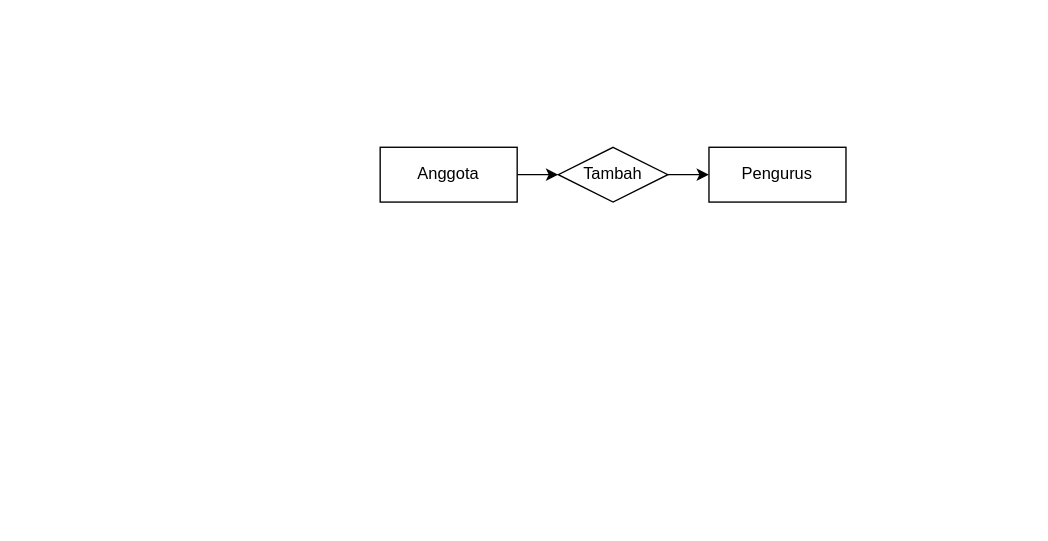
Earlier version of the draw.io diagram Diagram Tanpa Judul.drawio (choirulhafifi/chocreat). Source tidied: cells renumbered, new cells numbered last; positions are measured from the earlier drawing's top-left corner, leaving out a move shared by most shapes. Both pictures are drawn from the tidied source at 137%, with x=0, y=0 at pixel (379, 147).
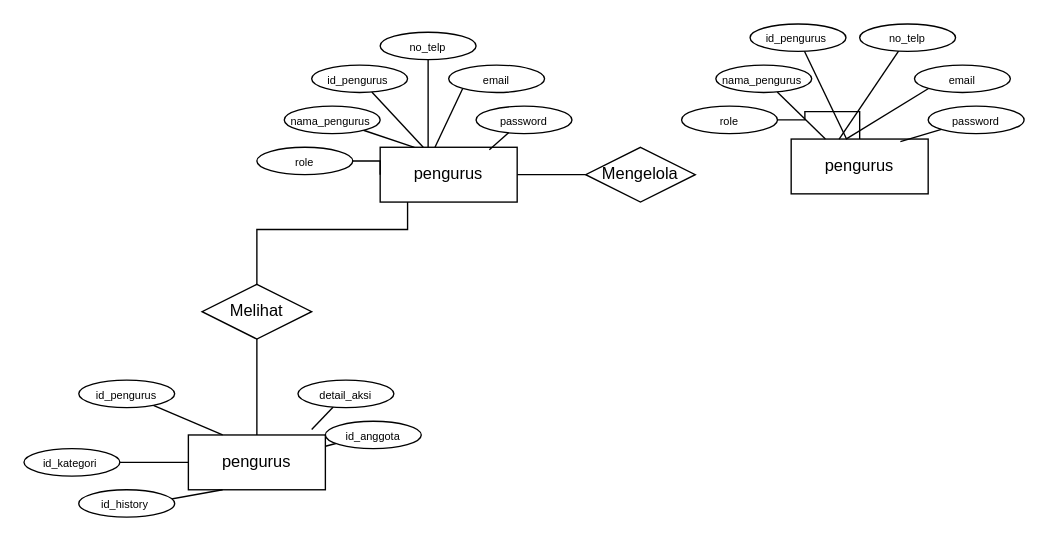
The same diagram, later.

Diff of the diagram source:
```diff
@@
-    <mxCell id="2" style="edgeStyle=orthogonalEdgeStyle;rounded=0;jettySize=auto;html=1;" parent="1" edge="1" source="3" target="6">
+    <mxCell id="2" style="edgeStyle=orthogonalEdgeStyle;rounded=0;jettySize=auto;html=1;strokeWidth=1;endArrow=none;endFill=0;" parent="1" edge="1" source="3" target="6">
       <mxGeometry relative="1" as="geometry" />
     </mxCell>
+    <mxCell id="7" style="edgeStyle=orthogonalEdgeStyle;rounded=0;jettySize=auto;html=1;entryX=0.5;entryY=0;entryDx=0;entryDy=0;endArrow=none;endFill=0;" parent="1" edge="1" source="3" target="34">
+      <mxGeometry relative="1" as="geometry">
+        <Array as="points">
+          <mxPoint x="20" y="60" />
+          <mxPoint x="-90" y="60" />
+        </Array>
+      </mxGeometry>
+    </mxCell>
-    <mxCell id="3" value="Anggota" style="whiteSpace=wrap;html=1;align=center;" parent="1" vertex="1">
+    <mxCell id="3" value="pengurus" style="whiteSpace=wrap;html=1;align=center;" parent="1" vertex="1">
       <mxGeometry width="100" height="40" as="geometry" />
     </mxCell>
-    <mxCell id="4" value="Pengurus" style="whiteSpace=wrap;html=1;align=center;" parent="1" vertex="1">
-      <mxGeometry x="240" width="100" height="40" as="geometry" />
-    </mxCell>
-    <mxCell id="5" style="edgeStyle=orthogonalEdgeStyle;rounded=0;jettySize=auto;html=1;" parent="1" edge="1" source="6" target="4">
-      <mxGeometry relative="1" as="geometry" />
-    </mxCell>
-    <mxCell id="6" value="Tambah" style="shape=rhombus;perimeter=rhombusPerimeter;whiteSpace=wrap;html=1;align=center;" parent="1" vertex="1">
-      <mxGeometry x="130" width="80" height="40" as="geometry" />
+    <mxCell id="6" value="Mengelola" style="shape=rhombus;perimeter=rhombusPerimeter;whiteSpace=wrap;html=1;align=center;" parent="1" vertex="1">
+      <mxGeometry x="150" width="80" height="40" as="geometry" />
     </mxCell>
+    <mxCell id="8" style="rounded=0;jettySize=auto;html=1;endArrow=none;endFill=0;" parent="1" edge="1" source="9" target="3">
+      <mxGeometry relative="1" as="geometry" />
+    </mxCell>
+    <mxCell id="9" value="&lt;font style=&quot;font-size: 8px;&quot;&gt;id_pengurus&amp;nbsp;&lt;/font&gt;" style="ellipse;whiteSpace=wrap;html=1;align=center;" parent="1" vertex="1">
+      <mxGeometry x="-50" y="-60" width="70" height="20" as="geometry" />
+    </mxCell>
+    <mxCell id="10" style="edgeStyle=orthogonalEdgeStyle;rounded=0;jettySize=auto;html=1;endArrow=none;endFill=0;" parent="1" edge="1" source="11">
+      <mxGeometry relative="1" as="geometry">
+        <mxPoint x="35" as="targetPoint" />
+      </mxGeometry>
+    </mxCell>
+    <mxCell id="11" value="&lt;font style=&quot;font-size: 8px;&quot;&gt;no_telp&lt;/font&gt;" style="ellipse;whiteSpace=wrap;html=1;align=center;" parent="1" vertex="1">
+      <mxGeometry y="-84" width="70" height="20" as="geometry" />
+    </mxCell>
+    <mxCell id="12" style="rounded=0;jettySize=auto;html=1;entryX=0.25;entryY=0;entryDx=0;entryDy=0;endArrow=none;endFill=0;" parent="1" edge="1" source="13" target="3">
+      <mxGeometry relative="1" as="geometry" />
+    </mxCell>
+    <mxCell id="13" value="&lt;font style=&quot;font-size: 8px;&quot;&gt;nama_pengurus&amp;nbsp;&lt;/font&gt;" style="ellipse;whiteSpace=wrap;html=1;align=center;" parent="1" vertex="1">
+      <mxGeometry x="-70" y="-30" width="70" height="20" as="geometry" />
+    </mxCell>
+    <mxCell id="14" style="edgeStyle=orthogonalEdgeStyle;rounded=0;orthogonalLoop=1;jettySize=auto;html=1;exitX=0.5;exitY=1;exitDx=0;exitDy=0;" parent="1" edge="1" source="11" target="11">
+      <mxGeometry relative="1" as="geometry" />
+    </mxCell>
+    <mxCell id="15" style="rounded=0;jettySize=auto;html=1;endArrow=none;endFill=0;entryX=0.4;entryY=0;entryDx=0;entryDy=0;entryPerimeter=0;exitX=0;exitY=1;exitDx=0;exitDy=0;" parent="1" edge="1" source="16" target="3">
+      <mxGeometry relative="1" as="geometry" />
+    </mxCell>
+    <mxCell id="16" value="&lt;font style=&quot;font-size: 8px;&quot;&gt;email&lt;/font&gt;" style="ellipse;whiteSpace=wrap;html=1;align=center;" parent="1" vertex="1">
+      <mxGeometry x="50" y="-60" width="70" height="20" as="geometry" />
+    </mxCell>
+    <mxCell id="17" style="rounded=0;jettySize=auto;html=1;entryX=0.797;entryY=0.046;entryDx=0;entryDy=0;entryPerimeter=0;endArrow=none;endFill=0;" parent="1" edge="1" source="18" target="3">
+      <mxGeometry relative="1" as="geometry" />
+    </mxCell>
+    <mxCell id="18" value="&lt;font style=&quot;font-size: 8px;&quot;&gt;password&lt;/font&gt;" style="ellipse;whiteSpace=wrap;html=1;align=center;" parent="1" vertex="1">
+      <mxGeometry x="70" y="-30" width="70" height="20" as="geometry" />
+    </mxCell>
+    <mxCell id="19" style="edgeStyle=orthogonalEdgeStyle;rounded=0;jettySize=auto;html=1;endArrow=none;endFill=0;" parent="1" edge="1" source="20" target="3">
+      <mxGeometry relative="1" as="geometry" />
+    </mxCell>
+    <mxCell id="20" value="&lt;font style=&quot;font-size: 8px;&quot;&gt;role&lt;/font&gt;" style="ellipse;whiteSpace=wrap;html=1;align=center;" parent="1" vertex="1">
+      <mxGeometry x="-90" width="70" height="20" as="geometry" />
+    </mxCell>
+    <mxCell id="21" value="pengurus" style="whiteSpace=wrap;html=1;align=center;" parent="1" vertex="1">
+      <mxGeometry x="-140" y="210" width="100" height="40" as="geometry" />
+    </mxCell>
+    <mxCell id="22" style="rounded=0;jettySize=auto;html=1;endArrow=none;endFill=0;" parent="1" edge="1" source="23" target="21">
+      <mxGeometry relative="1" as="geometry" />
+    </mxCell>
+    <mxCell id="23" value="&lt;font style=&quot;font-size: 8px;&quot;&gt;id_anggota&lt;/font&gt;" style="ellipse;whiteSpace=wrap;html=1;align=center;" parent="1" vertex="1">
+      <mxGeometry x="-40" y="200" width="70" height="20" as="geometry" />
+    </mxCell>
+    <mxCell id="24" style="rounded=0;jettySize=auto;html=1;endArrow=none;endFill=0;" parent="1" edge="1" source="25">
+      <mxGeometry relative="1" as="geometry">
+        <mxPoint x="-50" y="206" as="targetPoint" />
+      </mxGeometry>
+    </mxCell>
+    <mxCell id="25" value="&lt;font style=&quot;font-size: 8px;&quot;&gt;detail_aksi&lt;/font&gt;" style="ellipse;whiteSpace=wrap;html=1;align=center;" parent="1" vertex="1">
+      <mxGeometry x="-60" y="170" width="70" height="20" as="geometry" />
+    </mxCell>
+    <mxCell id="26" style="rounded=0;jettySize=auto;html=1;entryX=0.25;entryY=0;entryDx=0;entryDy=0;endArrow=none;endFill=0;" parent="1" edge="1" source="27" target="21">
+      <mxGeometry relative="1" as="geometry" />
+    </mxCell>
+    <mxCell id="27" value="&lt;font style=&quot;font-size: 8px;&quot;&gt;id_pengurus&lt;/font&gt;" style="ellipse;whiteSpace=wrap;html=1;align=center;" parent="1" vertex="1">
+      <mxGeometry x="-220" y="170" width="70" height="20" as="geometry" />
+    </mxCell>
+    <mxCell id="28" style="edgeStyle=orthogonalEdgeStyle;rounded=0;orthogonalLoop=1;jettySize=auto;html=1;exitX=0.5;exitY=1;exitDx=0;exitDy=0;" parent="1" edge="1" source="25" target="25">
+      <mxGeometry relative="1" as="geometry" />
+    </mxCell>
+    <mxCell id="29" style="rounded=0;jettySize=auto;html=1;endArrow=none;endFill=0;entryX=0.25;entryY=1;entryDx=0;entryDy=0;exitX=0;exitY=1;exitDx=0;exitDy=0;" parent="1" edge="1" source="30" target="21">
+      <mxGeometry relative="1" as="geometry" />
+    </mxCell>
+    <mxCell id="30" value="&lt;font style=&quot;font-size: 8px;&quot;&gt;id_history&amp;nbsp;&lt;/font&gt;" style="ellipse;whiteSpace=wrap;html=1;align=center;" parent="1" vertex="1">
+      <mxGeometry x="-220" y="250" width="70" height="20" as="geometry" />
+    </mxCell>
+    <mxCell id="31" style="edgeStyle=orthogonalEdgeStyle;rounded=0;jettySize=auto;html=1;endArrow=none;endFill=0;" parent="1" edge="1" source="32" target="21">
+      <mxGeometry relative="1" as="geometry" />
+    </mxCell>
+    <mxCell id="32" value="&lt;font style=&quot;font-size: 8px;&quot;&gt;id_kategori&amp;nbsp;&lt;/font&gt;" style="ellipse;whiteSpace=wrap;html=1;align=center;" parent="1" vertex="1">
+      <mxGeometry x="-260" y="220" width="70" height="20" as="geometry" />
+    </mxCell>
+    <mxCell id="33" style="edgeStyle=orthogonalEdgeStyle;rounded=0;jettySize=auto;html=1;endArrow=none;endFill=0;" parent="1" edge="1" source="34" target="21">
+      <mxGeometry relative="1" as="geometry" />
+    </mxCell>
+    <mxCell id="34" value="Melihat" style="shape=rhombus;perimeter=rhombusPerimeter;whiteSpace=wrap;html=1;align=center;" parent="1" vertex="1">
+      <mxGeometry x="-130" y="100" width="80" height="40" as="geometry" />
+    </mxCell>
+    <mxCell id="35" value="pengurus" style="whiteSpace=wrap;html=1;align=center;" parent="1" vertex="1">
+      <mxGeometry x="300" y="-6" width="100" height="40" as="geometry" />
+    </mxCell>
+    <mxCell id="36" style="rounded=0;jettySize=auto;html=1;endArrow=none;endFill=0;" parent="1" edge="1" source="37" target="35">
+      <mxGeometry relative="1" as="geometry" />
+    </mxCell>
+    <mxCell id="37" value="&lt;font style=&quot;font-size: 8px;&quot;&gt;id_pengurus&amp;nbsp;&lt;/font&gt;" style="ellipse;whiteSpace=wrap;html=1;align=center;" parent="1" vertex="1">
+      <mxGeometry x="270" y="-90" width="70" height="20" as="geometry" />
+    </mxCell>
+    <mxCell id="38" style="rounded=0;jettySize=auto;html=1;endArrow=none;endFill=0;" parent="1" edge="1" source="39">
+      <mxGeometry relative="1" as="geometry">
+        <mxPoint x="335" y="-6" as="targetPoint" />
+      </mxGeometry>
+    </mxCell>
+    <mxCell id="39" value="&lt;font style=&quot;font-size: 8px;&quot;&gt;no_telp&lt;/font&gt;" style="ellipse;whiteSpace=wrap;html=1;align=center;" parent="1" vertex="1">
+      <mxGeometry x="350" y="-90" width="70" height="20" as="geometry" />
+    </mxCell>
+    <mxCell id="40" style="rounded=0;jettySize=auto;html=1;entryX=0.25;entryY=0;entryDx=0;entryDy=0;endArrow=none;endFill=0;" parent="1" edge="1" source="41" target="35">
+      <mxGeometry relative="1" as="geometry" />
+    </mxCell>
+    <mxCell id="41" value="&lt;font style=&quot;font-size: 8px;&quot;&gt;nama_pengurus&amp;nbsp;&lt;/font&gt;" style="ellipse;whiteSpace=wrap;html=1;align=center;" parent="1" vertex="1">
+      <mxGeometry x="245" y="-60" width="70" height="20" as="geometry" />
+    </mxCell>
+    <mxCell id="42" style="edgeStyle=orthogonalEdgeStyle;rounded=0;orthogonalLoop=1;jettySize=auto;html=1;exitX=0.5;exitY=1;exitDx=0;exitDy=0;" parent="1" edge="1" source="39" target="39">
+      <mxGeometry relative="1" as="geometry" />
+    </mxCell>
+    <mxCell id="43" style="rounded=0;jettySize=auto;html=1;endArrow=none;endFill=0;entryX=0.4;entryY=0;entryDx=0;entryDy=0;entryPerimeter=0;exitX=0;exitY=1;exitDx=0;exitDy=0;" parent="1" edge="1" source="44" target="35">
+      <mxGeometry relative="1" as="geometry" />
+    </mxCell>
+    <mxCell id="44" value="&lt;font style=&quot;font-size: 8px;&quot;&gt;email&lt;/font&gt;" style="ellipse;whiteSpace=wrap;html=1;align=center;" parent="1" vertex="1">
+      <mxGeometry x="390" y="-60" width="70" height="20" as="geometry" />
+    </mxCell>
+    <mxCell id="45" style="rounded=0;jettySize=auto;html=1;entryX=0.797;entryY=0.046;entryDx=0;entryDy=0;entryPerimeter=0;endArrow=none;endFill=0;" parent="1" edge="1" source="46" target="35">
+      <mxGeometry relative="1" as="geometry" />
+    </mxCell>
+    <mxCell id="46" value="&lt;font style=&quot;font-size: 8px;&quot;&gt;password&lt;/font&gt;" style="ellipse;whiteSpace=wrap;html=1;align=center;" parent="1" vertex="1">
+      <mxGeometry x="400" y="-30" width="70" height="20" as="geometry" />
+    </mxCell>
+    <mxCell id="47" style="edgeStyle=orthogonalEdgeStyle;rounded=0;jettySize=auto;html=1;endArrow=none;endFill=0;" parent="1" edge="1" source="48" target="35">
+      <mxGeometry relative="1" as="geometry" />
+    </mxCell>
+    <mxCell id="48" value="&lt;font style=&quot;font-size: 8px;&quot;&gt;role&lt;/font&gt;" style="ellipse;whiteSpace=wrap;html=1;align=center;" parent="1" vertex="1">
+      <mxGeometry x="220" y="-30" width="70" height="20" as="geometry" />
+    </mxCell>
+    <mxCell id="49" style="edgeStyle=orthogonalEdgeStyle;rounded=0;orthogonalLoop=1;jettySize=auto;html=1;exitX=0.5;exitY=1;exitDx=0;exitDy=0;" parent="1" edge="1" source="37" target="37">
+      <mxGeometry relative="1" as="geometry" />
+    </mxCell>
```
